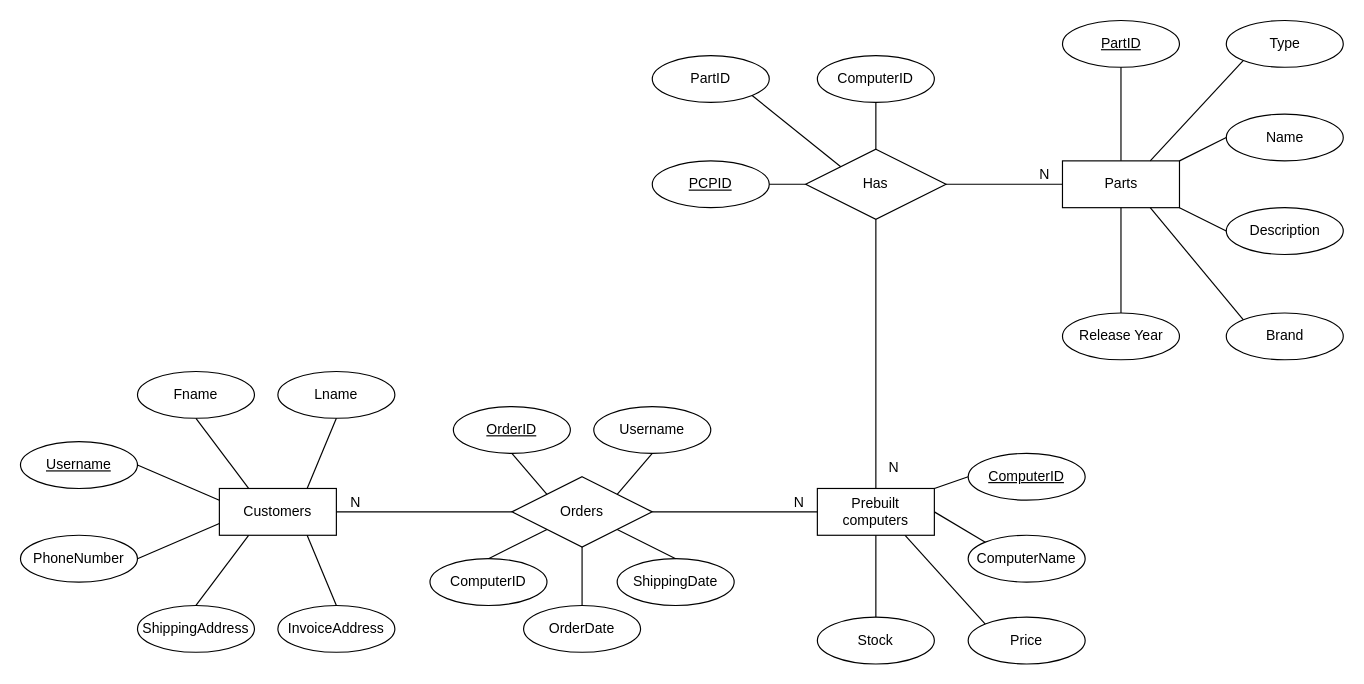
RealNexa/bth-dv1663-project keeps this draw.io diagram as model/er_diagram.drawio. Above is the earlier version. Source tidied: cells renumbered, new cells numbered last; positions are measured from the earlier drawing's top-left corner, leaving out a move shared by most shapes. Both pictures are drawn from the tidied source at 117%, with x=0, y=0 at pixel (20, 20).
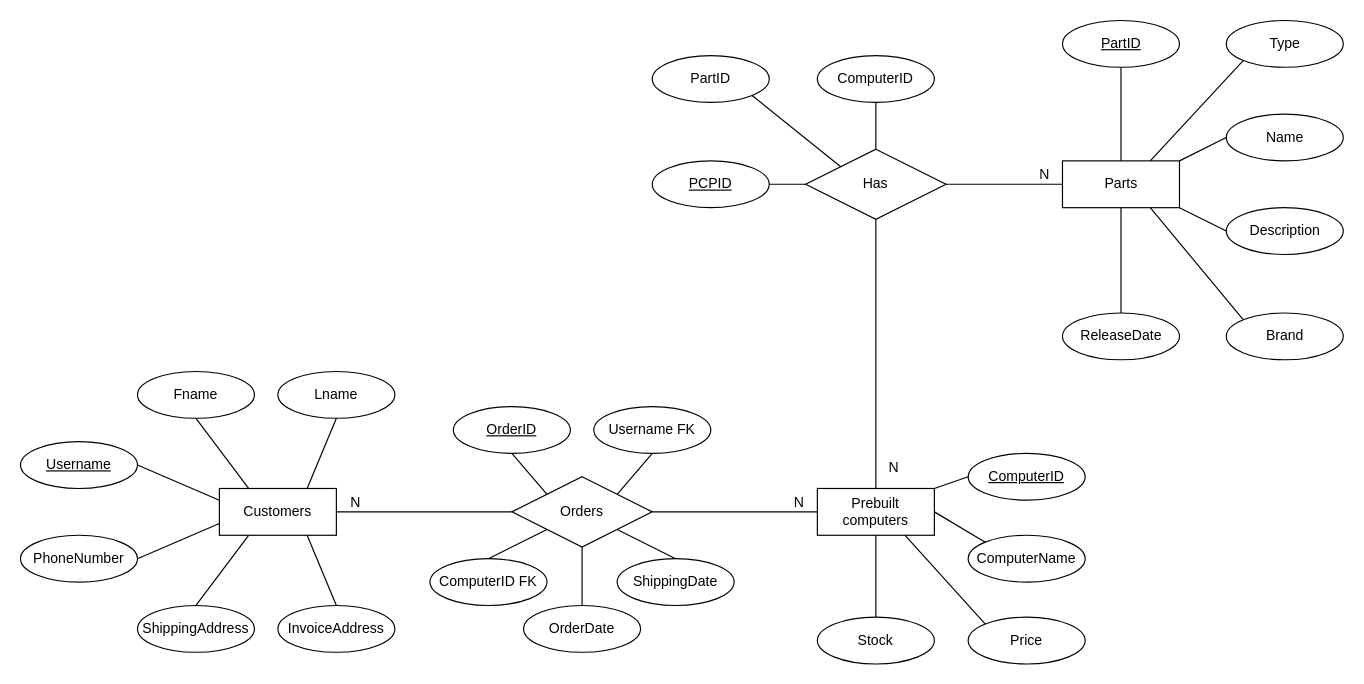
Above is the later version.

Commit message (it also covers changes not shown here):
Added code and changed Parts attribute from ReleaseYear to ReleaseDate

Change to the diagram source:
```diff
@@
-    <mxCell id="14" value="Release Year" style="ellipse;whiteSpace=wrap;html=1;align=center;fontSize=12;" parent="1" vertex="1">
+    <mxCell id="14" value="ReleaseDate" style="ellipse;whiteSpace=wrap;html=1;align=center;fontSize=12;" parent="1" vertex="1">
       <mxGeometry x="890.6" y="250" width="100" height="40" as="geometry" />
     </mxCell>
@@
-    <mxCell id="40" value="Username" style="ellipse;whiteSpace=wrap;html=1;align=center;" parent="1" vertex="1">
+    <mxCell id="40" value="Username FK" style="ellipse;whiteSpace=wrap;html=1;align=center;" parent="1" vertex="1">
       <mxGeometry x="490" y="330" width="100" height="40" as="geometry" />
     </mxCell>
-    <mxCell id="41" value="ComputerID" style="ellipse;whiteSpace=wrap;html=1;align=center;" parent="1" vertex="1">
+    <mxCell id="41" value="ComputerID FK" style="ellipse;whiteSpace=wrap;html=1;align=center;" parent="1" vertex="1">
       <mxGeometry x="350" y="460" width="100" height="40" as="geometry" />
     </mxCell>
```
